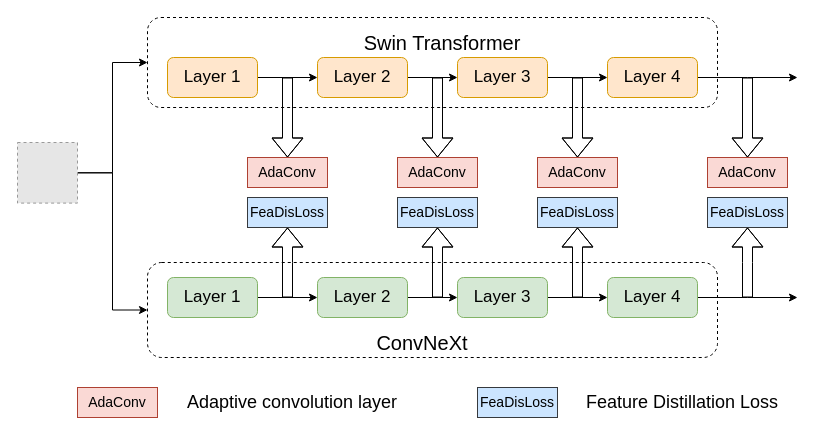
ppyyzlh/Distilled-DFD-Model keeps this draw.io diagram as drawio/未命名绘图.drawio. Above is the earlier version. Source tidied: cells renumbered, new cells numbered last; positions are measured from the earlier drawing's top-left corner, leaving out a move shared by most shapes. Both pictures are drawn from the tidied source at 100%, with x=0, y=0 at pixel (17, 17). Pictures stored in the file or linked from it are replaced by grey dashed boxes.
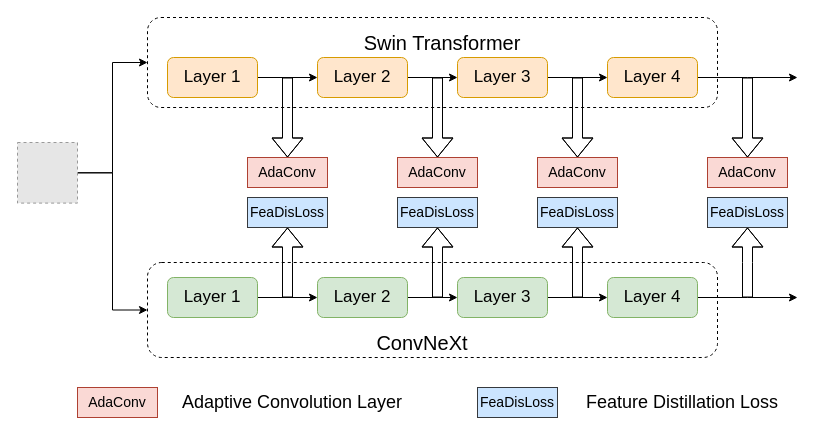
The same diagram, later.

Change to the diagram source:
```diff
@@
-    <mxCell id="42" value="&lt;font style=&quot;font-size: 18px;&quot;&gt;Adaptive convolution layer&lt;/font&gt;" style="text;html=1;strokeColor=none;fillColor=none;align=center;verticalAlign=middle;whiteSpace=wrap;rounded=0;" parent="1" vertex="1">
+    <mxCell id="42" value="&lt;font style=&quot;font-size: 18px;&quot;&gt;Adaptive Convolution Layer&lt;/font&gt;" style="text;html=1;strokeColor=none;fillColor=none;align=center;verticalAlign=middle;whiteSpace=wrap;rounded=0;" parent="1" vertex="1">
       <mxGeometry x="160" y="370" width="230" height="30" as="geometry" />
     </mxCell>
```
